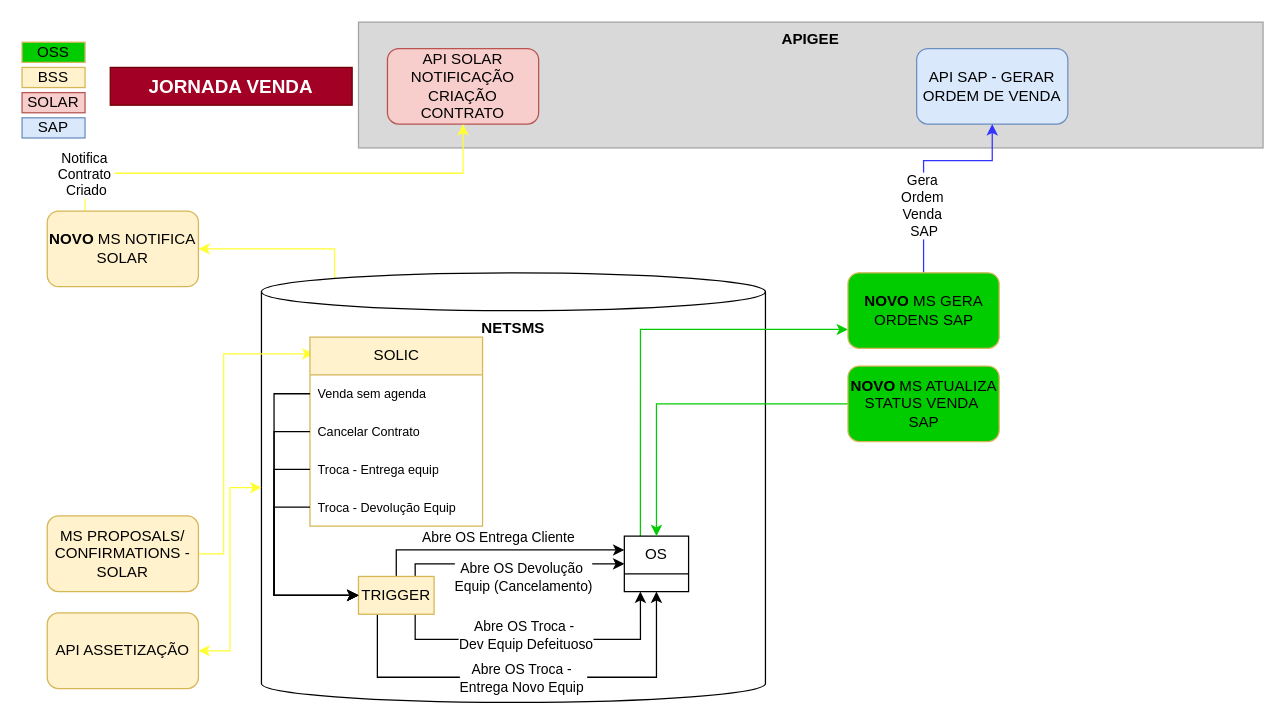
The draw.io diagram page "NETsales 8a base v13.01" (13 of 17) of 103976_106614-Entrega de equipamento via meio alternativo-Correios.drawio in samirali/ClaroBrasil, before the edit. Source tidied: cells renumbered, new cells numbered last; positions are measured from the earlier drawing's top-left corner, leaving out a move shared by most shapes. Both pictures are drawn from the tidied source at 126%, with x=0, y=0 at pixel (21, 21).
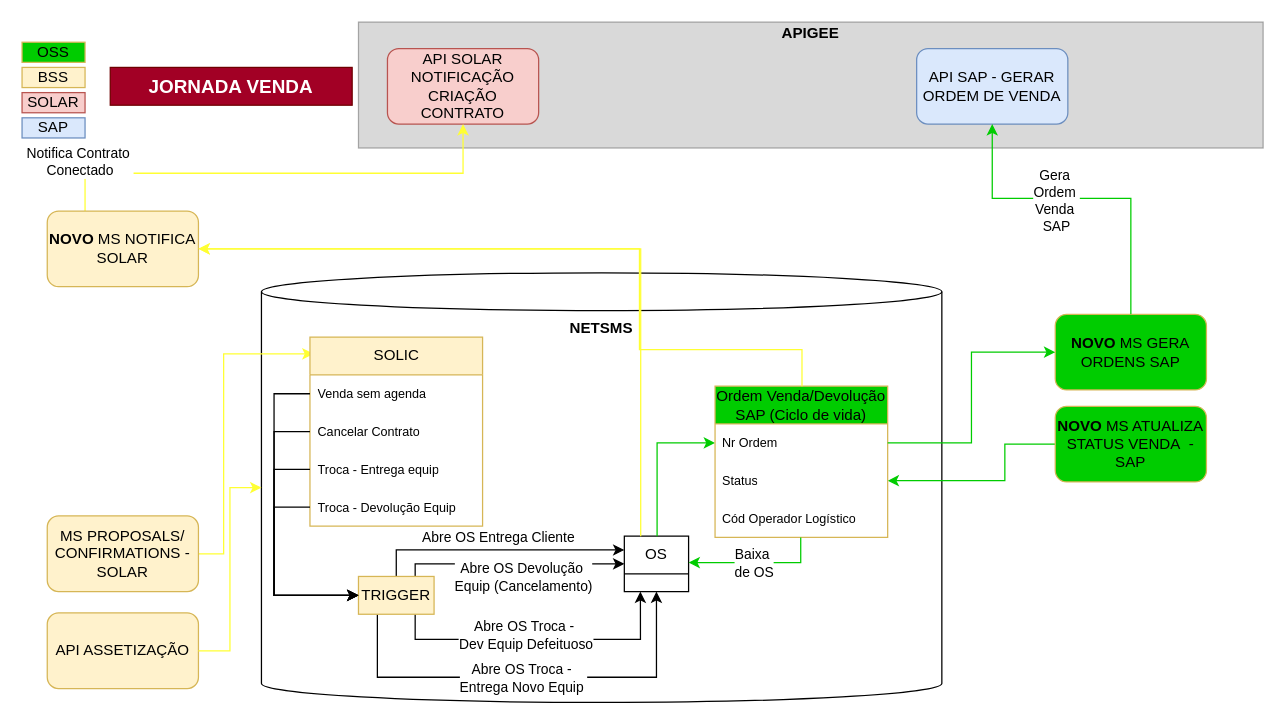
Above is the later version.

Unchanged cells that the change refers to:
```xml
<mxCell id="10" value="OS" style="swimlane;fontStyle=0;horizontal=1;startSize=30;whiteSpace=wrap;html=1;" parent="1" vertex="1">
  <mxGeometry x="478" y="408" width="51" height="44" as="geometry" />
</mxCell>
<mxCell id="39" value="API ASSETIZAÇÃO" style="rounded=1;whiteSpace=wrap;html=1;fillColor=#fff2cc;strokeColor=#d6b656;" parent="1" vertex="1">
  <mxGeometry x="20" y="469" width="120" height="60" as="geometry" />
</mxCell>
<mxCell id="46" value="&lt;b&gt;NOVO &lt;/b&gt;MS NOTIFICA SOLAR" style="rounded=1;whiteSpace=wrap;html=1;fillColor=#fff2cc;strokeColor=#d6b656;" parent="1" vertex="1">
  <mxGeometry x="20" y="150" width="120" height="60" as="geometry" />
</mxCell>
```

What changed in the source:
```diff
@@
-    <mxCell id="2" value="&lt;b&gt;APIGEE&lt;/b&gt;" style="rounded=0;whiteSpace=wrap;html=1;verticalAlign=top;fillColor=#808080;opacity=30;" parent="1" vertex="1">
+    <mxCell id="2" value="&lt;b&gt;APIGEE&lt;/b&gt;" style="rounded=0;whiteSpace=wrap;html=1;verticalAlign=top;fillColor=#808080;opacity=30;spacing=-3;" parent="1" vertex="1">
       <mxGeometry x="267" width="718" height="100" as="geometry" />
     </mxCell>
-    <mxCell id="3" style="edgeStyle=orthogonalEdgeStyle;rounded=0;jettySize=auto;html=1;entryX=1;entryY=0.5;entryDx=0;entryDy=0;exitX=0.145;exitY=0;exitDx=0;exitDy=4.35;exitPerimeter=0;strokeColor=#FFFF33;" parent="1" edge="1" source="4" target="46">
-      <mxGeometry relative="1" as="geometry">
-        <Array as="points">
-          <mxPoint x="248" y="180" />
-        </Array>
-      </mxGeometry>
-    </mxCell>
     <mxCell id="4" value="&lt;b&gt;NETSMS&lt;/b&gt;" style="shape=cylinder3;whiteSpace=wrap;html=1;boundedLbl=1;backgroundOutline=1;size=15;verticalAlign=top;" parent="1" vertex="1">
-      <mxGeometry x="190" y="199" width="400" height="341" as="geometry" />
+      <mxGeometry x="190" y="199" width="540" height="341" as="geometry" />
     </mxCell>
@@
-    <mxCell id="9" style="edgeStyle=orthogonalEdgeStyle;rounded=0;jettySize=auto;html=1;entryX=0;entryY=0.75;entryDx=0;entryDy=0;strokeColor=#00CC00;exitX=0.25;exitY=0;exitDx=0;exitDy=0;" parent="1" edge="1" source="10" target="43">
-      <mxGeometry relative="1" as="geometry" />
-    </mxCell>
@@
-    <mxCell id="22" value="API SAP - GERAR ORDEM DE VENDA" style="rounded=1;whiteSpace=wrap;html=1;fillColor=#dae8fc;strokeColor=#6c8ebf;" parent="1" vertex="1">
-      <mxGeometry x="710" y="21" width="120" height="60" as="geometry" />
-    </mxCell>
-    <mxCell id="23" style="edgeStyle=orthogonalEdgeStyle;rounded=0;jettySize=auto;html=1;entryX=0.5;entryY=0;entryDx=0;entryDy=0;strokeColor=#00CC00;exitX=0;exitY=0.5;exitDx=0;exitDy=0;" parent="1" edge="1" source="24" target="10">
-      <mxGeometry relative="1" as="geometry" />
-    </mxCell>
-    <mxCell id="24" value="&lt;b&gt;NOVO &lt;/b&gt;MS ATUALIZA STATUS VENDA&amp;nbsp; SAP" style="rounded=1;whiteSpace=wrap;html=1;fillColor=#00CC00;strokeColor=#d6b656;" parent="1" vertex="1">
-      <mxGeometry x="655.5" y="273" width="120" height="60" as="geometry" />
-    </mxCell>
@@
-    <mxCell id="40" style="edgeStyle=orthogonalEdgeStyle;rounded=0;jettySize=auto;html=1;entryX=0;entryY=0.5;entryDx=0;entryDy=0;entryPerimeter=0;exitX=1;exitY=0.5;exitDx=0;exitDy=0;startArrow=classic;startFill=1;strokeColor=#FFFF33;" parent="1" edge="1" source="39" target="4">
-      <mxGeometry relative="1" as="geometry" />
-    </mxCell>
-    <mxCell id="41" style="edgeStyle=orthogonalEdgeStyle;rounded=0;jettySize=auto;html=1;strokeColor=#3333FF;exitX=0.5;exitY=0;exitDx=0;exitDy=0;entryX=0.5;entryY=1;entryDx=0;entryDy=0;" parent="1" edge="1" source="43" target="22">
-      <mxGeometry relative="1" as="geometry">
-        <Array as="points">
-          <mxPoint x="716" y="110" />
-          <mxPoint x="770" y="110" />
-        </Array>
-      </mxGeometry>
-    </mxCell>
-    <mxCell id="42" value="Gera&amp;nbsp;&lt;div&gt;Ordem&amp;nbsp;&lt;/div&gt;&lt;div&gt;Venda&amp;nbsp;&lt;/div&gt;&lt;div&gt;SAP&lt;/div&gt;" style="edgeLabel;html=1;align=center;verticalAlign=middle;" parent="41" vertex="1">
-      <mxGeometry x="-0.81" y="-9" relative="1" as="geometry">
-        <mxPoint x="-9" y="-38" as="offset" />
-      </mxGeometry>
-    </mxCell>
-    <mxCell id="43" value="&lt;b&gt;NOVO &lt;/b&gt;MS GERA ORDENS&lt;span style=&quot;background-color: initial;&quot;&gt;&amp;nbsp;SAP&lt;/span&gt;" style="rounded=1;whiteSpace=wrap;html=1;fillColor=#00CC00;strokeColor=#d6b656;" parent="1" vertex="1">
-      <mxGeometry x="655.5" y="199" width="120" height="60" as="geometry" />
-    </mxCell>
@@
-    <mxCell id="48" value="Notifica&amp;nbsp;&lt;div&gt;Contrato&amp;nbsp;&lt;/div&gt;&lt;div&gt;Criado&lt;/div&gt;" style="edgeLabel;html=1;align=center;verticalAlign=middle;" parent="1" vertex="1">
-      <mxGeometry x="50" y="120" as="geometry" />
-    </mxCell>
+    <mxCell id="49" style="edgeStyle=orthogonalEdgeStyle;rounded=0;hachureGap=4;orthogonalLoop=1;jettySize=auto;html=1;entryX=1;entryY=0.5;entryDx=0;entryDy=0;fontFamily=Architects Daughter;strokeColor=#FFFF33;exitX=0.25;exitY=0;exitDx=0;exitDy=0;" parent="1" edge="1">
+      <mxGeometry relative="1" as="geometry">
+        <mxPoint x="491" y="408" as="sourcePoint" />
+        <mxPoint x="140" y="180" as="targetPoint" />
+        <Array as="points">
+          <mxPoint x="491" y="180" />
+        </Array>
+      </mxGeometry>
+    </mxCell>
+    <mxCell id="40" style="edgeStyle=orthogonalEdgeStyle;rounded=0;hachureGap=4;jettySize=auto;html=1;entryX=0;entryY=0.5;entryDx=0;entryDy=0;entryPerimeter=0;fontFamily=Architects Daughter;strokeColor=#FFFF33;" parent="1" edge="1" source="39" target="4">
+      <mxGeometry relative="1" as="geometry" />
+    </mxCell>
+    <mxCell id="50" style="edgeStyle=orthogonalEdgeStyle;rounded=0;hachureGap=4;jettySize=auto;html=1;entryX=0;entryY=0.5;entryDx=0;entryDy=0;fontFamily=Architects Daughter;strokeColor=#00CC00;" parent="1" edge="1" target="54">
+      <mxGeometry relative="1" as="geometry">
+        <mxPoint x="504" y="408" as="sourcePoint" />
+        <Array as="points">
+          <mxPoint x="504" y="334" />
+        </Array>
+      </mxGeometry>
+    </mxCell>
+    <mxCell id="51" style="edgeStyle=orthogonalEdgeStyle;rounded=0;hachureGap=4;jettySize=auto;html=1;entryX=1;entryY=0.5;entryDx=0;entryDy=0;fontFamily=Architects Daughter;strokeColor=#00CC00;" parent="1" edge="1" source="52" target="55">
+      <mxGeometry relative="1" as="geometry">
+        <Array as="points">
+          <mxPoint x="780" y="335" />
+          <mxPoint x="780" y="364" />
+        </Array>
+      </mxGeometry>
+    </mxCell>
+    <mxCell id="52" value="&lt;b&gt;NOVO &lt;/b&gt;MS ATUALIZA STATUS VENDA&amp;nbsp; - SAP" style="rounded=1;whiteSpace=wrap;html=1;fillColor=#00CC00;strokeColor=#d6b656;" parent="1" vertex="1">
+      <mxGeometry x="820" y="305" width="120" height="60" as="geometry" />
+    </mxCell>
+    <mxCell id="43" value="&lt;b&gt;NOVO &lt;/b&gt;MS GERA ORDENS&lt;span style=&quot;background-color: initial;&quot;&gt;&amp;nbsp;SAP&lt;/span&gt;" style="rounded=1;whiteSpace=wrap;html=1;fillColor=#00CC00;strokeColor=#d6b656;" parent="1" vertex="1">
+      <mxGeometry x="820" y="232" width="120" height="60" as="geometry" />
+    </mxCell>
+    <mxCell id="53" value="Ordem Venda/Devolução SAP (Ciclo de vida)" style="swimlane;fontStyle=0;horizontal=1;startSize=30;whiteSpace=wrap;html=1;fillColor=#00CC00;strokeColor=#d6b656;" parent="1" vertex="1">
+      <mxGeometry x="550" y="289" width="137" height="120" as="geometry" />
+    </mxCell>
+    <mxCell id="54" value="Nr Ordem" style="text;strokeColor=none;fillColor=none;align=left;verticalAlign=middle;spacingLeft=4;spacingRight=4;overflow=hidden;points=[[0,0.5],[1,0.5]];portConstraint=eastwest;whiteSpace=wrap;html=1;fontSize=10;" parent="53" vertex="1">
+      <mxGeometry y="30" width="137" height="30" as="geometry" />
+    </mxCell>
+    <mxCell id="55" value="Status" style="text;strokeColor=none;fillColor=none;align=left;verticalAlign=middle;spacingLeft=4;spacingRight=4;overflow=hidden;points=[[0,0.5],[1,0.5]];portConstraint=eastwest;whiteSpace=wrap;html=1;fontSize=10;" parent="53" vertex="1">
+      <mxGeometry y="60" width="137" height="30" as="geometry" />
+    </mxCell>
+    <mxCell id="56" value="Cód Operador Logístico" style="text;strokeColor=none;fillColor=none;align=left;verticalAlign=middle;spacingLeft=4;spacingRight=4;overflow=hidden;whiteSpace=wrap;html=1;fontSize=10;" parent="53" vertex="1">
+      <mxGeometry y="90" width="137" height="30" as="geometry" />
+    </mxCell>
+    <mxCell id="57" style="edgeStyle=orthogonalEdgeStyle;rounded=0;hachureGap=4;jettySize=auto;html=1;entryX=0;entryY=0.5;entryDx=0;entryDy=0;fontFamily=Architects Daughter;strokeColor=#00CC00;exitX=1;exitY=0.5;exitDx=0;exitDy=0;" parent="1" edge="1" source="54" target="43">
+      <mxGeometry relative="1" as="geometry" />
+    </mxCell>
+    <mxCell id="22" value="API SAP - GERAR ORDEM DE VENDA" style="rounded=1;whiteSpace=wrap;html=1;fillColor=#dae8fc;strokeColor=#6c8ebf;" parent="1" vertex="1">
+      <mxGeometry x="710" y="21" width="120" height="60" as="geometry" />
+    </mxCell>
+    <mxCell id="58" style="edgeStyle=orthogonalEdgeStyle;rounded=0;jettySize=auto;html=1;strokeColor=#00CC00;exitX=0.5;exitY=0;exitDx=0;exitDy=0;entryX=0.5;entryY=1;entryDx=0;entryDy=0;" parent="1" edge="1" target="22">
+      <mxGeometry relative="1" as="geometry">
+        <mxPoint x="880" y="232" as="sourcePoint" />
+        <Array as="points">
+          <mxPoint x="880" y="140" />
+          <mxPoint x="770" y="140" />
+        </Array>
+      </mxGeometry>
+    </mxCell>
+    <mxCell id="42" value="Gera&amp;nbsp;&lt;div&gt;Ordem&amp;nbsp;&lt;/div&gt;&lt;div&gt;Venda&amp;nbsp;&lt;/div&gt;&lt;div&gt;SAP&lt;/div&gt;" style="edgeLabel;html=1;align=center;verticalAlign=middle;" parent="58" vertex="1">
+      <mxGeometry x="-0.81" y="-9" relative="1" as="geometry">
+        <mxPoint x="-69" y="-66" as="offset" />
+      </mxGeometry>
+    </mxCell>
+    <mxCell id="59" style="edgeStyle=orthogonalEdgeStyle;rounded=0;hachureGap=4;orthogonalLoop=1;jettySize=auto;html=1;entryX=1;entryY=0.5;entryDx=0;entryDy=0;fontFamily=Architects Daughter;exitX=0.495;exitY=1.027;exitDx=0;exitDy=0;exitPerimeter=0;strokeColor=#00CC00;" parent="1" edge="1">
+      <mxGeometry relative="1" as="geometry">
+        <mxPoint x="618" y="409" as="sourcePoint" />
+        <mxPoint x="529" y="429" as="targetPoint" />
+        <Array as="points">
+          <mxPoint x="618" y="429" />
+        </Array>
+      </mxGeometry>
+    </mxCell>
+    <mxCell id="60" value="Baixa&amp;nbsp;&lt;div&gt;de OS&lt;/div&gt;" style="edgeLabel;html=1;align=center;verticalAlign=middle;sketch=1;hachureGap=4;jiggle=2;curveFitting=1;fontFamily=Helvetica;" parent="59" vertex="1">
+      <mxGeometry x="-0.17" y="1" relative="1" as="geometry">
+        <mxPoint x="-13" y="-1" as="offset" />
+      </mxGeometry>
+    </mxCell>
+    <mxCell id="61" style="edgeStyle=orthogonalEdgeStyle;rounded=0;hachureGap=4;orthogonalLoop=1;jettySize=auto;html=1;entryX=1;entryY=0.5;entryDx=0;entryDy=0;fontFamily=Architects Daughter;strokeColor=#FFFF33;exitX=0.5;exitY=0;exitDx=0;exitDy=0;" parent="1" edge="1">
+      <mxGeometry relative="1" as="geometry">
+        <mxPoint x="619" y="289" as="sourcePoint" />
+        <mxPoint x="140" y="180" as="targetPoint" />
+        <Array as="points">
+          <mxPoint x="619" y="260" />
+          <mxPoint x="490" y="260" />
+          <mxPoint x="490" y="180" />
+        </Array>
+      </mxGeometry>
+    </mxCell>
+    <mxCell id="62" value="Notifica Contrato&amp;nbsp;&lt;div&gt;Conectado&lt;/div&gt;" style="edgeLabel;html=1;align=center;verticalAlign=middle;" parent="1" vertex="1">
+      <mxGeometry x="45" y="110" as="geometry" />
+    </mxCell>
```
